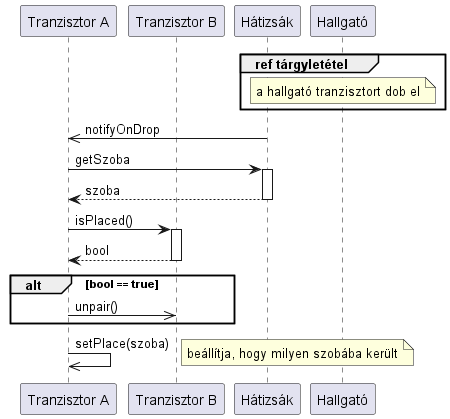
kipolaris/skyrimscriptsuttogok keeps this PlantUML diagram as out/diagramms/src/teleport/place.png. Above is the earlier version.
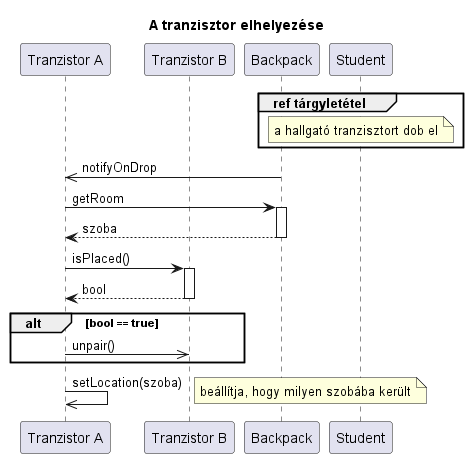
Above is the later version.

The edit, as a diff of the source:
```diff
@@ -1,9 +1,11 @@
 @startuml place
 
-Participant "Tranzisztor A" as tranz1
-Participant "Tranzisztor B" as tranz2
-participant Hátizsák as hát
-participant Hallgató as h
+title A tranzisztor elhelyezése
+
+Participant "Tranzistor A" as tranz1
+Participant "Tranzistor B" as tranz2
+participant Backpack as hát
+participant Student as h
 
 group ref tárgyletétel
 note over h : a hallgató tranzisztort dob el
@@ -11,7 +13,7 @@
 
 hát->>tranz1 : notifyOnDrop
 
-tranz1->hát ++: getSzoba
+tranz1->hát ++: getRoom
 return szoba
 
 tranz1->tranz2 ++: isPlaced()
@@ -21,7 +23,7 @@
 tranz1->>tranz2 : unpair()
 end
 
-tranz1->>tranz1 : setPlace(szoba)
+tranz1->>tranz1 : setLocation(szoba)
 note right: beállítja, hogy milyen szobába került
 
 @enduml
```
